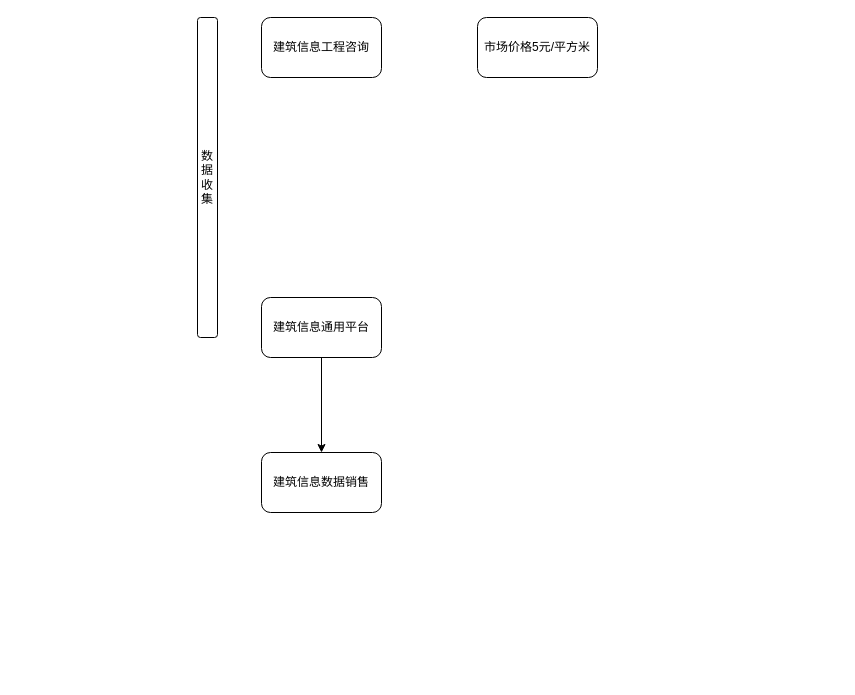
The draw.io diagram BP_BAT.drawio in gaochaowyq/MinderGraph, before the edit. Source tidied: cells renumbered, new cells numbered last; positions are measured from the earlier drawing's top-left corner, leaving out a move shared by most shapes. Both pictures are drawn from the tidied source at 100%, with x=0, y=0 at pixel (197, 17).
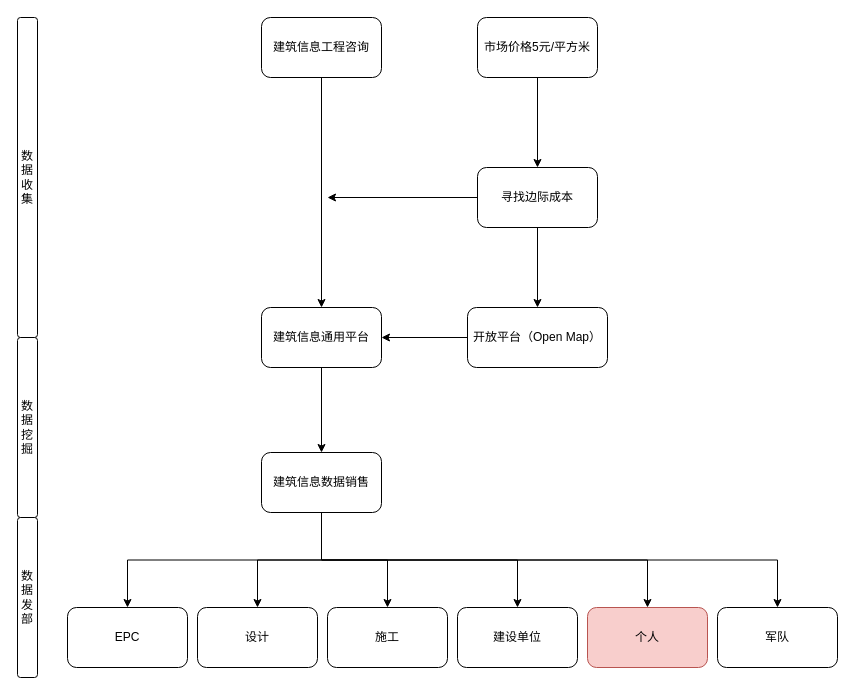
The same page after the edit.

The change refers to these unchanged cells:
```xml
<mxCell id="2" value="建筑信息工程咨询" style="rounded=1;whiteSpace=wrap;html=1;" parent="1" vertex="1">
  <mxGeometry x="64" width="120" height="60" as="geometry" />
</mxCell>
<mxCell id="3" value="市场价格5元/平方米" style="rounded=1;whiteSpace=wrap;html=1;" parent="1" vertex="1">
  <mxGeometry x="280" width="120" height="60" as="geometry" />
</mxCell>
<mxCell id="6" value="建筑信息数据销售" style="rounded=1;whiteSpace=wrap;html=1;" parent="1" vertex="1">
  <mxGeometry x="64" y="435" width="120" height="60" as="geometry" />
</mxCell>
```

Diff of the diagram source:
```diff
@@
+    <mxCell id="8" style="edgeStyle=orthogonalEdgeStyle;rounded=0;jettySize=auto;html=1;" parent="1" edge="1" source="2" target="5">
+      <mxGeometry relative="1" as="geometry" />
+    </mxCell>
@@
+    <mxCell id="9" style="edgeStyle=orthogonalEdgeStyle;rounded=0;jettySize=auto;html=1;" parent="1" edge="1" source="3" target="19">
+      <mxGeometry relative="1" as="geometry" />
+    </mxCell>
@@
     <mxCell id="5" value="建筑信息通用平台" style="rounded=1;whiteSpace=wrap;html=1;" parent="1" vertex="1">
-      <mxGeometry x="64" y="280" width="120" height="60" as="geometry" />
+      <mxGeometry x="64" y="290" width="120" height="60" as="geometry" />
     </mxCell>
+    <mxCell id="10" style="edgeStyle=orthogonalEdgeStyle;rounded=0;jettySize=auto;html=1;" parent="1" edge="1" source="6" target="22">
+      <mxGeometry relative="1" as="geometry" />
+    </mxCell>
+    <mxCell id="11" style="edgeStyle=orthogonalEdgeStyle;rounded=0;jettySize=auto;html=1;" parent="1" edge="1" source="6" target="23">
+      <mxGeometry relative="1" as="geometry" />
+    </mxCell>
+    <mxCell id="12" style="edgeStyle=orthogonalEdgeStyle;rounded=0;jettySize=auto;html=1;exitX=0.5;exitY=1;exitDx=0;exitDy=0;" parent="1" edge="1" source="6" target="24">
+      <mxGeometry relative="1" as="geometry" />
+    </mxCell>
+    <mxCell id="13" style="edgeStyle=orthogonalEdgeStyle;rounded=0;jettySize=auto;html=1;exitX=0.5;exitY=1;exitDx=0;exitDy=0;" parent="1" edge="1" source="6" target="25">
+      <mxGeometry relative="1" as="geometry" />
+    </mxCell>
+    <mxCell id="14" style="edgeStyle=orthogonalEdgeStyle;rounded=0;jettySize=auto;html=1;exitX=0.5;exitY=1;exitDx=0;exitDy=0;" parent="1" edge="1" source="6" target="26">
+      <mxGeometry relative="1" as="geometry" />
+    </mxCell>
+    <mxCell id="15" style="edgeStyle=orthogonalEdgeStyle;rounded=0;jettySize=auto;html=1;exitX=0.5;exitY=1;exitDx=0;exitDy=0;" parent="1" edge="1" source="6" target="28">
+      <mxGeometry relative="1" as="geometry" />
+    </mxCell>
@@
     <mxCell id="7" value="数&lt;br&gt;据&lt;br&gt;收&lt;br&gt;集" style="rounded=1;whiteSpace=wrap;html=1;" parent="1" vertex="1">
-      <mxGeometry width="20" height="320" as="geometry" />
+      <mxGeometry x="-180" width="20" height="320" as="geometry" />
     </mxCell>
+    <mxCell id="16" value="数据挖掘" style="rounded=1;whiteSpace=wrap;html=1;" parent="1" vertex="1">
+      <mxGeometry x="-180" y="320" width="20" height="180" as="geometry" />
+    </mxCell>
+    <mxCell id="17" style="edgeStyle=orthogonalEdgeStyle;rounded=0;jettySize=auto;html=1;" parent="1" edge="1" source="19">
+      <mxGeometry relative="1" as="geometry">
+        <mxPoint x="130" y="180" as="targetPoint" />
+      </mxGeometry>
+    </mxCell>
+    <mxCell id="18" style="edgeStyle=orthogonalEdgeStyle;rounded=0;jettySize=auto;html=1;" parent="1" edge="1" source="19" target="21">
+      <mxGeometry relative="1" as="geometry" />
+    </mxCell>
+    <mxCell id="19" value="寻找边际成本" style="rounded=1;whiteSpace=wrap;html=1;" parent="1" vertex="1">
+      <mxGeometry x="280" y="150" width="120" height="60" as="geometry" />
+    </mxCell>
+    <mxCell id="20" style="edgeStyle=orthogonalEdgeStyle;rounded=0;jettySize=auto;html=1;" parent="1" edge="1" source="21" target="5">
+      <mxGeometry relative="1" as="geometry" />
+    </mxCell>
+    <mxCell id="21" value="开放平台（Open Map）" style="rounded=1;whiteSpace=wrap;html=1;" parent="1" vertex="1">
+      <mxGeometry x="270" y="290" width="140" height="60" as="geometry" />
+    </mxCell>
+    <mxCell id="22" value="设计" style="rounded=1;whiteSpace=wrap;html=1;" parent="1" vertex="1">
+      <mxGeometry y="590" width="120" height="60" as="geometry" />
+    </mxCell>
+    <mxCell id="23" value="施工" style="rounded=1;whiteSpace=wrap;html=1;" parent="1" vertex="1">
+      <mxGeometry x="130" y="590" width="120" height="60" as="geometry" />
+    </mxCell>
+    <mxCell id="24" value="EPC" style="rounded=1;whiteSpace=wrap;html=1;" parent="1" vertex="1">
+      <mxGeometry x="-130" y="590" width="120" height="60" as="geometry" />
+    </mxCell>
+    <mxCell id="25" value="建设单位" style="rounded=1;whiteSpace=wrap;html=1;" parent="1" vertex="1">
+      <mxGeometry x="260" y="590" width="120" height="60" as="geometry" />
+    </mxCell>
+    <mxCell id="26" value="个人" style="rounded=1;whiteSpace=wrap;html=1;fillColor=#f8cecc;strokeColor=#b85450;" parent="1" vertex="1">
+      <mxGeometry x="390" y="590" width="120" height="60" as="geometry" />
+    </mxCell>
+    <mxCell id="27" value="数据发部" style="rounded=1;whiteSpace=wrap;html=1;" parent="1" vertex="1">
+      <mxGeometry x="-180" y="500" width="20" height="160" as="geometry" />
+    </mxCell>
+    <mxCell id="28" value="军队" style="rounded=1;whiteSpace=wrap;html=1;" parent="1" vertex="1">
+      <mxGeometry x="520" y="590" width="120" height="60" as="geometry" />
+    </mxCell>
```
